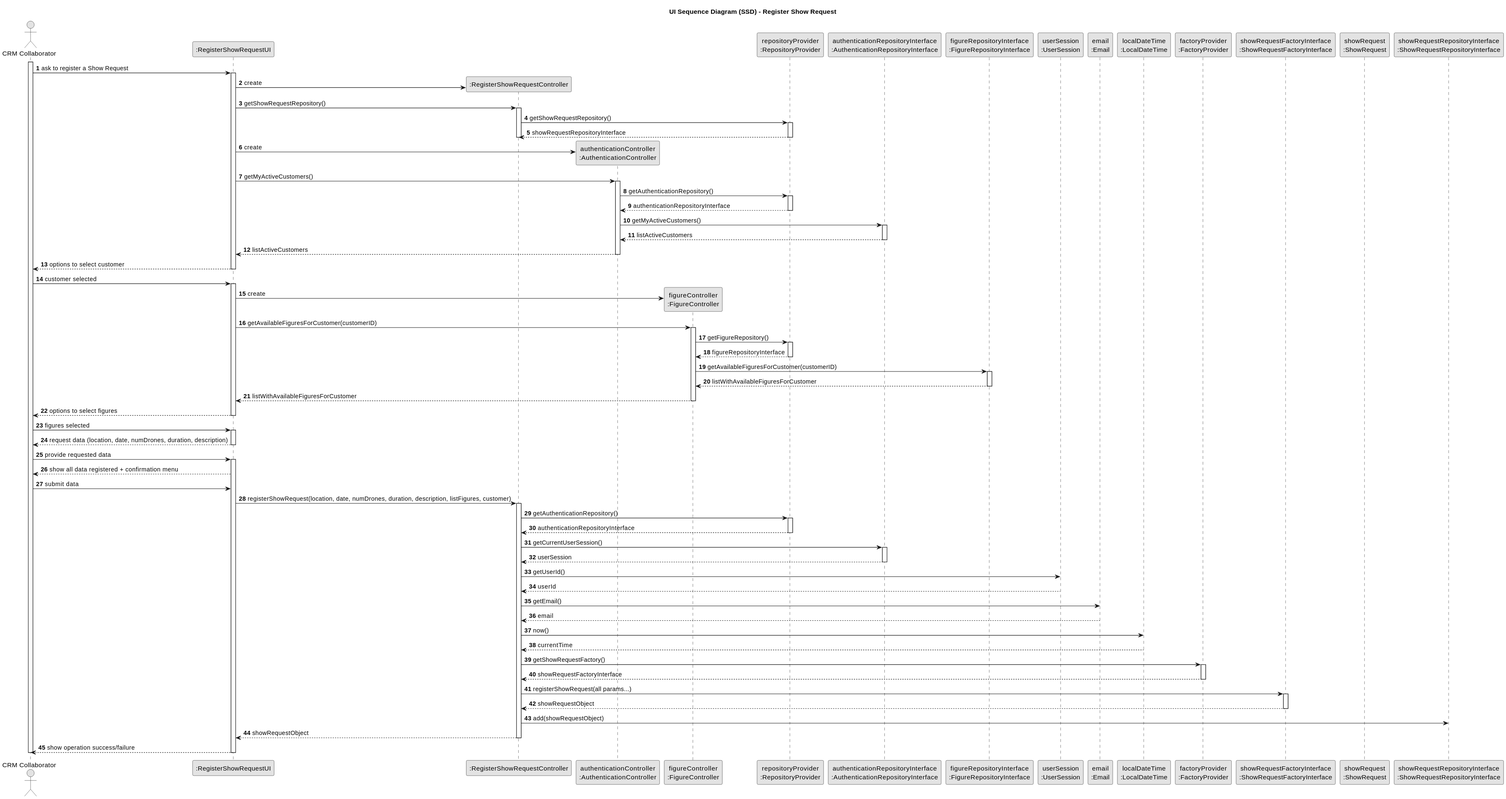
Above: docs/planning/sprint3/EAPLI/US312 - Add figures to a proposal (Jorge)/03.design/svg/us230-sequence-diagram.svg in SAEmanuel/Shodrone_ISEP (PlantUML), before the change. Source of this version:
```plantuml
@startuml
skinparam monochrome true
skinparam packageStyle rectangle
skinparam shadowing false

title UI Sequence Diagram (SSD) - Register Show Request

autonumber

actor "CRM Collaborator" as crmColl
participant ":RegisterShowRequestUI" as UI
participant ":RegisterShowRequestController" as CTRL
participant "authenticationController\n:AuthenticationController" as authCtrl
participant "figureController\n:FigureController" as figCtrl
participant "repositoryProvider\n:RepositoryProvider" as repoProvider
participant "authenticationRepositoryInterface\n:AuthenticationRepositoryInterface" as authRepoInt
participant "figureRepositoryInterface\n:FigureRepositoryInterface" as figRepoInt
participant "userSession\n:UserSession" as userSession
participant "email\n:Email" as email
participant "localDateTime\n:LocalDateTime" as localTime
participant "factoryProvider\n:FactoryProvider" as factoryProvider
participant "showRequestFactoryInterface\n:ShowRequestFactoryInterface" as factory
participant "showRequest\n:ShowRequest" as showRequest
participant "showRequestRepositoryInterface\n:ShowRequestRepositoryInterface" as showReqRepoInt

activate crmColl

crmColl -> UI : ask to register a Show Request
activate UI

UI -> CTRL ** : create
UI -> CTRL : getShowRequestRepository()
activate CTRL

CTRL -> repoProvider : getShowRequestRepository()
activate repoProvider
repoProvider --> CTRL : showRequestRepositoryInterface
deactivate repoProvider

deactivate CTRL

UI -> authCtrl ** : create
UI -> authCtrl : getMyActiveCustomers()
activate authCtrl

authCtrl -> repoProvider : getAuthenticationRepository()
activate repoProvider
repoProvider --> authCtrl : authenticationRepositoryInterface
deactivate repoProvider

authCtrl -> authRepoInt : getMyActiveCustomers()
activate authRepoInt
authRepoInt --> authCtrl : listActiveCustomers
deactivate authRepoInt

authCtrl --> UI : listActiveCustomers
deactivate authCtrl

UI --> crmColl : options to select customer
deactivate UI

crmColl -> UI : customer selected
activate UI

UI -> figCtrl ** : create
UI -> figCtrl : getAvailableFiguresForCustomer(customerID)
activate figCtrl

figCtrl -> repoProvider : getFigureRepository()
activate repoProvider
repoProvider --> figCtrl : figureRepositoryInterface
deactivate repoProvider

figCtrl -> figRepoInt : getAvailableFiguresForCustomer(customerID)
activate figRepoInt
figRepoInt --> figCtrl : listWithAvailableFiguresForCustomer
deactivate figRepoInt

figCtrl --> UI : listWithAvailableFiguresForCustomer
deactivate figCtrl

UI --> crmColl : options to select figures
deactivate UI

crmColl -> UI : figures selected
activate UI

UI --> crmColl : request data (location, date, numDrones, duration, description)
deactivate UI

crmColl -> UI : provide requested data
activate UI

UI --> crmColl : show all data registered + confirmation menu
crmColl -> UI : submit data
UI -> CTRL : registerShowRequest(location, date, numDrones, duration, description, listFigures, customer)
activate CTRL

CTRL -> repoProvider : getAuthenticationRepository()
activate repoProvider
repoProvider --> CTRL : authenticationRepositoryInterface
deactivate repoProvider

CTRL -> authRepoInt : getCurrentUserSession()
activate authRepoInt
authRepoInt --> CTRL : userSession
deactivate authRepoInt

CTRL -> userSession : getUserId()
userSession --> CTRL : userId

CTRL -> email : getEmail()
email --> CTRL : email

CTRL -> localTime : now()
localTime --> CTRL : currentTime

CTRL -> factoryProvider : getShowRequestFactory()
activate factoryProvider
factoryProvider --> CTRL : showRequestFactoryInterface
deactivate factoryProvider

CTRL -> factory : registerShowRequest(all params...)
activate factory
factory --> CTRL : showRequestObject
deactivate factory

CTRL -> showReqRepoInt : add(showRequestObject)
CTRL --> UI : showRequestObject
deactivate CTRL

UI --> crmColl : show operation success/failure
deactivate UI
deactivate crmColl
@enduml
```
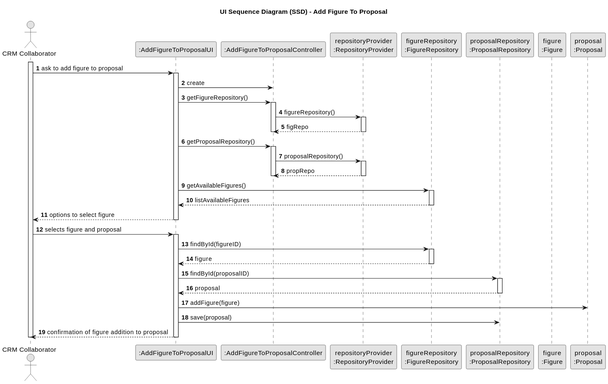
The same file after the commit.

Diff of the diagram source:
```diff
@@ -3,133 +3,67 @@
 skinparam packageStyle rectangle
 skinparam shadowing false
 
-title UI Sequence Diagram (SSD) - Register Show Request
+title UI Sequence Diagram (SSD) - Add Figure To Proposal
 
 autonumber
 
 actor "CRM Collaborator" as crmColl
-participant ":RegisterShowRequestUI" as UI
-participant ":RegisterShowRequestController" as CTRL
-participant "authenticationController\n:AuthenticationController" as authCtrl
-participant "figureController\n:FigureController" as figCtrl
+participant ":AddFigureToProposalUI" as UI
+participant ":AddFigureToProposalController" as CTRL
 participant "repositoryProvider\n:RepositoryProvider" as repoProvider
-participant "authenticationRepositoryInterface\n:AuthenticationRepositoryInterface" as authRepoInt
-participant "figureRepositoryInterface\n:FigureRepositoryInterface" as figRepoInt
-participant "userSession\n:UserSession" as userSession
-participant "email\n:Email" as email
-participant "localDateTime\n:LocalDateTime" as localTime
-participant "factoryProvider\n:FactoryProvider" as factoryProvider
-participant "showRequestFactoryInterface\n:ShowRequestFactoryInterface" as factory
-participant "showRequest\n:ShowRequest" as showRequest
-participant "showRequestRepositoryInterface\n:ShowRequestRepositoryInterface" as showReqRepoInt
+participant "figureRepository\n:FigureRepository" as figRepo
+participant "proposalRepository\n:ProposalRepository" as propRepo
+participant "figure\n:Figure" as figure
+participant "proposal\n:Proposal" as proposal
 
 activate crmColl
 
-crmColl -> UI : ask to register a Show Request
+crmColl -> UI : ask to add figure to proposal
 activate UI
 
-UI -> CTRL ** : create
-UI -> CTRL : getShowRequestRepository()
+UI -> CTRL : create
+UI -> CTRL : getFigureRepository()
 activate CTRL
-
-CTRL -> repoProvider : getShowRequestRepository()
+CTRL -> repoProvider : figureRepository()
 activate repoProvider
-repoProvider --> CTRL : showRequestRepositoryInterface
+repoProvider --> CTRL : figRepo
 deactivate repoProvider
-
 deactivate CTRL
 
-UI -> authCtrl ** : create
-UI -> authCtrl : getMyActiveCustomers()
-activate authCtrl
+UI -> CTRL : getProposalRepository()
+activate CTRL
+CTRL -> repoProvider : proposalRepository()
+activate repoProvider
+repoProvider --> CTRL : propRepo
+deactivate repoProvider
+deactivate CTRL
 
-authCtrl -> repoProvider : getAuthenticationRepository()
-activate repoProvider
-repoProvider --> authCtrl : authenticationRepositoryInterface
-deactivate repoProvider
+UI -> figRepo : getAvailableFigures()
+activate figRepo
+figRepo --> UI : listAvailableFigures
+deactivate figRepo
 
-authCtrl -> authRepoInt : getMyActiveCustomers()
-activate authRepoInt
-authRepoInt --> authCtrl : listActiveCustomers
-deactivate authRepoInt
-
-authCtrl --> UI : listActiveCustomers
-deactivate authCtrl
-
-UI --> crmColl : options to select customer
+UI --> crmColl : options to select figure
 deactivate UI
 
-crmColl -> UI : customer selected
+crmColl -> UI : selects figure and proposal
 activate UI
 
-UI -> figCtrl ** : create
-UI -> figCtrl : getAvailableFiguresForCustomer(customerID)
-activate figCtrl
+UI -> figRepo : findById(figureID)
+activate figRepo
+figRepo --> UI : figure
+deactivate figRepo
 
-figCtrl -> repoProvider : getFigureRepository()
-activate repoProvider
-repoProvider --> figCtrl : figureRepositoryInterface
-deactivate repoProvider
+UI -> propRepo : findById(proposalID)
+activate propRepo
+propRepo --> UI : proposal
+deactivate propRepo
 
-figCtrl -> figRepoInt : getAvailableFiguresForCustomer(customerID)
-activate figRepoInt
-figRepoInt --> figCtrl : listWithAvailableFiguresForCustomer
-deactivate figRepoInt
+UI -> proposal : addFigure(figure)
+UI -> propRepo : save(proposal)
 
-figCtrl --> UI : listWithAvailableFiguresForCustomer
-deactivate figCtrl
-
-UI --> crmColl : options to select figures
+UI --> crmColl : confirmation of figure addition to proposal
 deactivate UI
 
-crmColl -> UI : figures selected
-activate UI
-
-UI --> crmColl : request data (location, date, numDrones, duration, description)
-deactivate UI
-
-crmColl -> UI : provide requested data
-activate UI
-
-UI --> crmColl : show all data registered + confirmation menu
-crmColl -> UI : submit data
-UI -> CTRL : registerShowRequest(location, date, numDrones, duration, description, listFigures, customer)
-activate CTRL
-
-CTRL -> repoProvider : getAuthenticationRepository()
-activate repoProvider
-repoProvider --> CTRL : authenticationRepositoryInterface
-deactivate repoProvider
-
-CTRL -> authRepoInt : getCurrentUserSession()
-activate authRepoInt
-authRepoInt --> CTRL : userSession
-deactivate authRepoInt
-
-CTRL -> userSession : getUserId()
-userSession --> CTRL : userId
-
-CTRL -> email : getEmail()
-email --> CTRL : email
-
-CTRL -> localTime : now()
-localTime --> CTRL : currentTime
-
-CTRL -> factoryProvider : getShowRequestFactory()
-activate factoryProvider
-factoryProvider --> CTRL : showRequestFactoryInterface
-deactivate factoryProvider
-
-CTRL -> factory : registerShowRequest(all params...)
-activate factory
-factory --> CTRL : showRequestObject
-deactivate factory
-
-CTRL -> showReqRepoInt : add(showRequestObject)
-CTRL --> UI : showRequestObject
-deactivate CTRL
-
-UI --> crmColl : show operation success/failure
-deactivate UI
 deactivate crmColl
 @enduml
```
